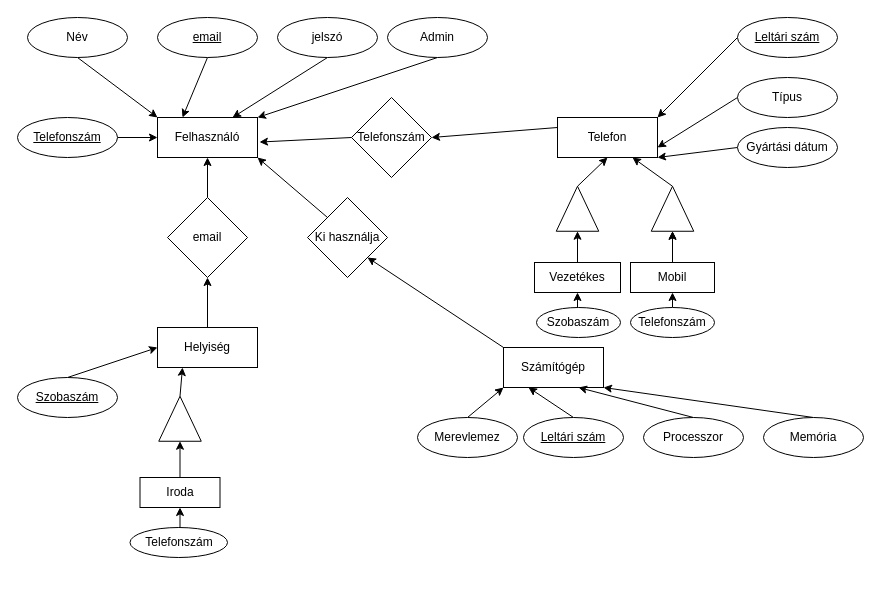
This is Munkahely.drawio from Troversones/adatbProjekt, a draw.io file, before an edit. Source tidied: cells renumbered, new cells numbered last; positions are measured from the earlier drawing's top-left corner, leaving out a move shared by most shapes. Both pictures are drawn from the tidied source at 100%, with x=0, y=0 at pixel (17, 17).
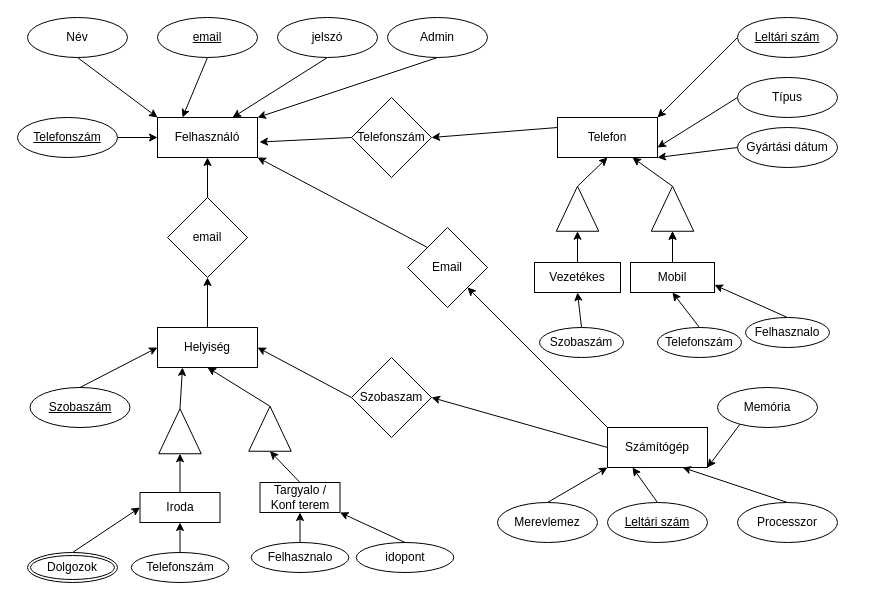
After the change.

Unchanged cells that the change refers to:
```xml
<mxCell id="44" value="Helyiség" style="whiteSpace=wrap;html=1;align=center;" parent="1" vertex="1">
  <mxGeometry x="140" y="310" width="100" height="40" as="geometry" />
</mxCell>
<mxCell id="46" value="Mobil" style="whiteSpace=wrap;html=1;align=center;" parent="1" vertex="1">
  <mxGeometry x="613" y="245" width="84" height="30" as="geometry" />
</mxCell>
<mxCell id="47" value="Vezetékes" style="whiteSpace=wrap;html=1;align=center;" parent="1" vertex="1">
  <mxGeometry x="517" y="245" width="86" height="30" as="geometry" />
</mxCell>
```

Change to the diagram source:
```diff
@@
+    <mxCell id="60" style="rounded=0;jettySize=auto;html=1;exitX=0;exitY=0.5;exitDx=0;exitDy=0;entryX=1;entryY=0.5;entryDx=0;entryDy=0;" parent="1" edge="1" source="4" target="72">
+      <mxGeometry relative="1" as="geometry" />
+    </mxCell>
     <mxCell id="4" value="Számítógép" style="whiteSpace=wrap;html=1;align=center;" parent="1" vertex="1">
-      <mxGeometry x="486" y="330" width="100" height="40" as="geometry" />
+      <mxGeometry x="590" y="410" width="100" height="40" as="geometry" />
     </mxCell>
@@
     <mxCell id="23" value="&lt;u&gt;Leltári szám&lt;/u&gt;" style="ellipse;whiteSpace=wrap;html=1;align=center;" parent="1" vertex="1">
-      <mxGeometry x="506" y="400" width="100" height="40" as="geometry" />
+      <mxGeometry x="590" y="485" width="100" height="40" as="geometry" />
     </mxCell>
@@
     <mxCell id="25" value="Processzor" style="ellipse;whiteSpace=wrap;html=1;align=center;" parent="1" vertex="1">
-      <mxGeometry x="626" y="400" width="100" height="40" as="geometry" />
+      <mxGeometry x="720" y="485" width="100" height="40" as="geometry" />
     </mxCell>
@@
     <mxCell id="27" value="Memória" style="ellipse;whiteSpace=wrap;html=1;align=center;" parent="1" vertex="1">
-      <mxGeometry x="746" y="400" width="100" height="40" as="geometry" />
+      <mxGeometry x="700" y="370" width="100" height="40" as="geometry" />
     </mxCell>
@@
     <mxCell id="29" value="Merevlemez" style="ellipse;whiteSpace=wrap;html=1;align=center;" parent="1" vertex="1">
-      <mxGeometry x="400" y="400" width="100" height="40" as="geometry" />
+      <mxGeometry x="480" y="485" width="100" height="40" as="geometry" />
     </mxCell>
@@
-    <mxCell id="38" value="Ki használja" style="rhombus;whiteSpace=wrap;html=1;" parent="1" vertex="1">
-      <mxGeometry x="290" y="180" width="80" height="80" as="geometry" />
+    <mxCell id="38" value="Email" style="rhombus;whiteSpace=wrap;html=1;" parent="1" vertex="1">
+      <mxGeometry x="390" y="210" width="80" height="80" as="geometry" />
     </mxCell>
@@
     <mxCell id="40" value="Szobaszám" style="ellipse;whiteSpace=wrap;html=1;align=center;fontStyle=4;" parent="1" vertex="1">
-      <mxGeometry y="360" width="100" height="40" as="geometry" />
+      <mxGeometry x="12.5" y="370" width="100" height="40" as="geometry" />
     </mxCell>
@@
-    <mxCell id="48" style="edgeStyle=orthogonalEdgeStyle;rounded=0;jettySize=auto;html=1;exitX=0.5;exitY=0;exitDx=0;exitDy=0;entryX=0.5;entryY=1;entryDx=0;entryDy=0;" parent="1" edge="1" source="49" target="46">
+    <mxCell id="48" style="rounded=0;jettySize=auto;html=1;exitX=0.5;exitY=0;exitDx=0;exitDy=0;entryX=0.5;entryY=1;entryDx=0;entryDy=0;" parent="1" edge="1" source="49" target="46">
       <mxGeometry relative="1" as="geometry" />
     </mxCell>
     <mxCell id="49" value="Telefonszám" style="ellipse;whiteSpace=wrap;html=1;align=center;" parent="1" vertex="1">
-      <mxGeometry x="613" y="290" width="84" height="30" as="geometry" />
+      <mxGeometry x="640" y="310" width="84" height="30" as="geometry" />
     </mxCell>
-    <mxCell id="50" style="edgeStyle=orthogonalEdgeStyle;rounded=0;jettySize=auto;html=1;exitX=0.5;exitY=0;exitDx=0;exitDy=0;entryX=0.5;entryY=1;entryDx=0;entryDy=0;" parent="1" edge="1" source="51" target="47">
+    <mxCell id="50" style="rounded=0;jettySize=auto;html=1;exitX=0.5;exitY=0;exitDx=0;exitDy=0;entryX=0.5;entryY=1;entryDx=0;entryDy=0;" parent="1" edge="1" source="51" target="47">
       <mxGeometry relative="1" as="geometry" />
     </mxCell>
     <mxCell id="51" value="Szobaszám" style="ellipse;whiteSpace=wrap;html=1;align=center;" parent="1" vertex="1">
-      <mxGeometry x="519" y="290" width="84" height="30" as="geometry" />
+      <mxGeometry x="522" y="310" width="84" height="30" as="geometry" />
     </mxCell>
@@
     <mxCell id="55" style="triangle;whiteSpace=wrap;html=1;rotation=-90;" parent="1" vertex="1">
-      <mxGeometry x="140" y="380" width="45" height="42.5" as="geometry" />
+      <mxGeometry x="140" y="392.5" width="45" height="42.5" as="geometry" />
     </mxCell>
@@
     <mxCell id="57" value="Iroda" style="whiteSpace=wrap;html=1;align=center;" parent="1" vertex="1">
-      <mxGeometry x="122.5" y="460" width="80" height="30" as="geometry" />
+      <mxGeometry x="122.5" y="475" width="80" height="30" as="geometry" />
     </mxCell>
-    <mxCell id="58" style="edgeStyle=orthogonalEdgeStyle;rounded=0;jettySize=auto;html=1;exitX=0.5;exitY=0;exitDx=0;exitDy=0;entryX=0.5;entryY=1;entryDx=0;entryDy=0;" parent="1" edge="1" source="59" target="57">
+    <mxCell id="58" style="rounded=0;jettySize=auto;html=1;exitX=0.5;exitY=0;exitDx=0;exitDy=0;entryX=0.5;entryY=1;entryDx=0;entryDy=0;" parent="1" edge="1" source="59" target="57">
       <mxGeometry relative="1" as="geometry" />
     </mxCell>
     <mxCell id="59" value="Telefonszám" style="ellipse;whiteSpace=wrap;html=1;align=center;" parent="1" vertex="1">
-      <mxGeometry x="112.5" y="510" width="97.5" height="30" as="geometry" />
+      <mxGeometry x="113.8" y="535" width="97.5" height="30" as="geometry" />
     </mxCell>
+    <mxCell id="61" style="rounded=0;jettySize=auto;html=1;exitX=1;exitY=0.5;exitDx=0;exitDy=0;entryX=0.5;entryY=1;entryDx=0;entryDy=0;" parent="1" edge="1" source="62" target="44">
+      <mxGeometry relative="1" as="geometry" />
+    </mxCell>
+    <mxCell id="62" style="triangle;whiteSpace=wrap;html=1;rotation=-90;" parent="1" vertex="1">
+      <mxGeometry x="230" y="390" width="45" height="42.5" as="geometry" />
+    </mxCell>
+    <mxCell id="63" style="rounded=0;jettySize=auto;html=1;exitX=0.5;exitY=0;exitDx=0;exitDy=0;entryX=0;entryY=0.5;entryDx=0;entryDy=0;" parent="1" edge="1" source="64" target="62">
+      <mxGeometry relative="1" as="geometry" />
+    </mxCell>
+    <mxCell id="64" value="Targyalo / Konf terem" style="whiteSpace=wrap;html=1;align=center;" parent="1" vertex="1">
+      <mxGeometry x="242.5" y="465" width="80" height="30" as="geometry" />
+    </mxCell>
+    <mxCell id="65" style="rounded=0;jettySize=auto;html=1;exitX=0.5;exitY=0;exitDx=0;exitDy=0;entryX=0.5;entryY=1;entryDx=0;entryDy=0;" parent="1" edge="1" source="66" target="64">
+      <mxGeometry relative="1" as="geometry" />
+    </mxCell>
+    <mxCell id="66" value="Felhasznalo" style="ellipse;whiteSpace=wrap;html=1;align=center;" parent="1" vertex="1">
+      <mxGeometry x="233.8" y="525" width="97.5" height="30" as="geometry" />
+    </mxCell>
+    <mxCell id="67" style="rounded=0;jettySize=auto;html=1;exitX=0.5;exitY=0;exitDx=0;exitDy=0;entryX=1;entryY=1;entryDx=0;entryDy=0;" parent="1" edge="1" source="68" target="64">
+      <mxGeometry relative="1" as="geometry" />
+    </mxCell>
+    <mxCell id="68" value="idopont" style="ellipse;whiteSpace=wrap;html=1;align=center;" parent="1" vertex="1">
+      <mxGeometry x="338.8" y="525" width="97.5" height="30" as="geometry" />
+    </mxCell>
+    <mxCell id="69" style="rounded=0;jettySize=auto;html=1;exitX=0.5;exitY=0;exitDx=0;exitDy=0;entryX=1;entryY=0.75;entryDx=0;entryDy=0;" parent="1" edge="1" source="70" target="46">
+      <mxGeometry relative="1" as="geometry" />
+    </mxCell>
+    <mxCell id="70" value="Felhasznalo" style="ellipse;whiteSpace=wrap;html=1;align=center;" parent="1" vertex="1">
+      <mxGeometry x="728" y="300" width="84" height="30" as="geometry" />
+    </mxCell>
+    <mxCell id="71" style="rounded=0;jettySize=auto;html=1;exitX=0;exitY=0.5;exitDx=0;exitDy=0;entryX=1;entryY=0.5;entryDx=0;entryDy=0;" parent="1" edge="1" source="72" target="44">
+      <mxGeometry relative="1" as="geometry" />
+    </mxCell>
+    <mxCell id="72" value="Szobaszam" style="rhombus;whiteSpace=wrap;html=1;" parent="1" vertex="1">
+      <mxGeometry x="334" y="340" width="80" height="80" as="geometry" />
+    </mxCell>
+    <mxCell id="73" style="rounded=0;jettySize=auto;html=1;exitX=0.5;exitY=0;exitDx=0;exitDy=0;entryX=0;entryY=0.5;entryDx=0;entryDy=0;" parent="1" edge="1" source="74" target="57">
+      <mxGeometry relative="1" as="geometry" />
+    </mxCell>
+    <mxCell id="74" value="Dolgozok" style="ellipse;shape=doubleEllipse;margin=3;whiteSpace=wrap;html=1;align=center;" parent="1" vertex="1">
+      <mxGeometry x="10" y="535" width="90" height="30" as="geometry" />
+    </mxCell>
```
